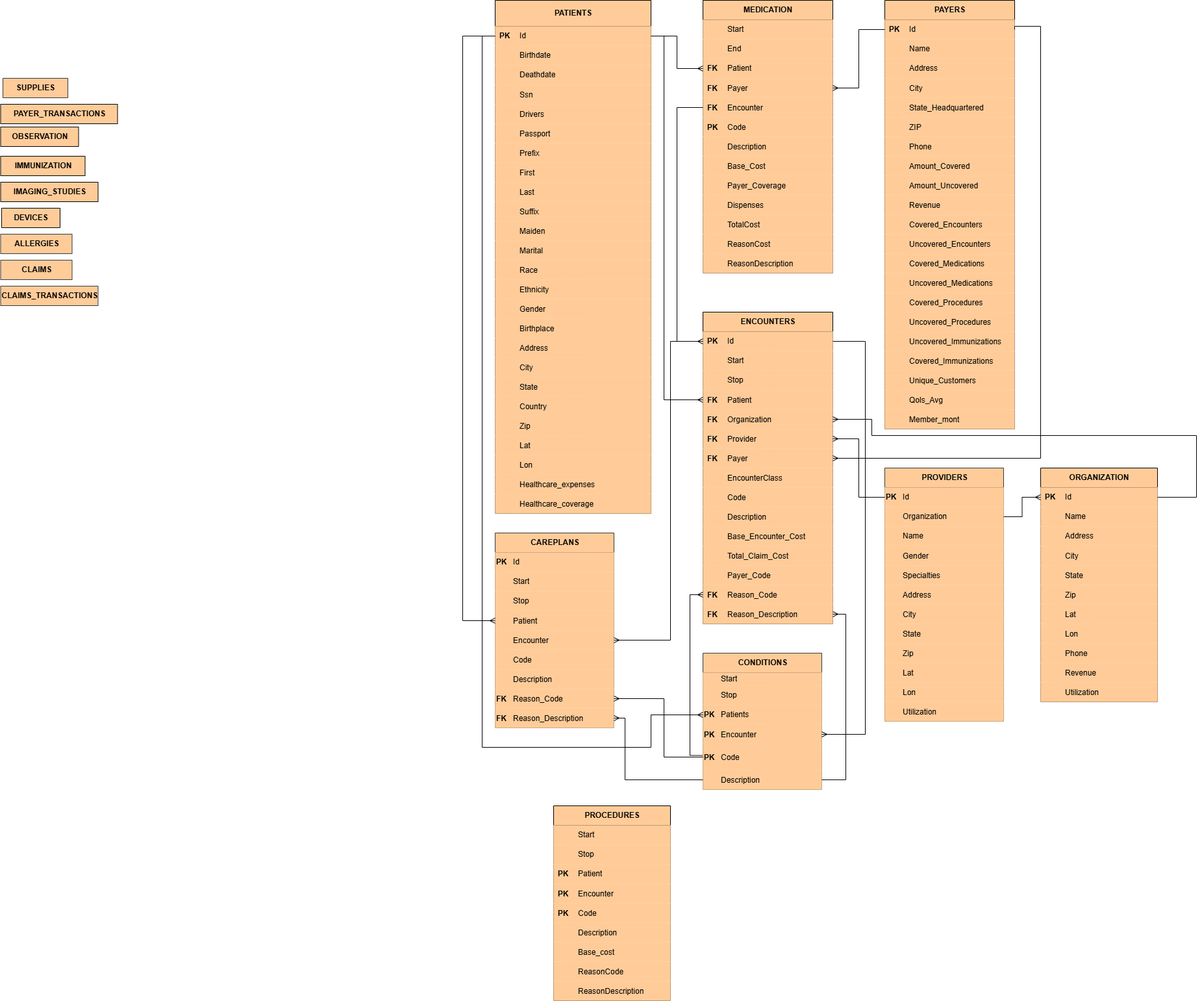
Before: BigDataProject.drawio.png, a diagram exported from draw.io (UtsuroNoArashi/BigDataProject). Source tidied: cells renumbered, new cells last; positions are measured from the earlier drawing's top-left corner, leaving out a move shared by most shapes.
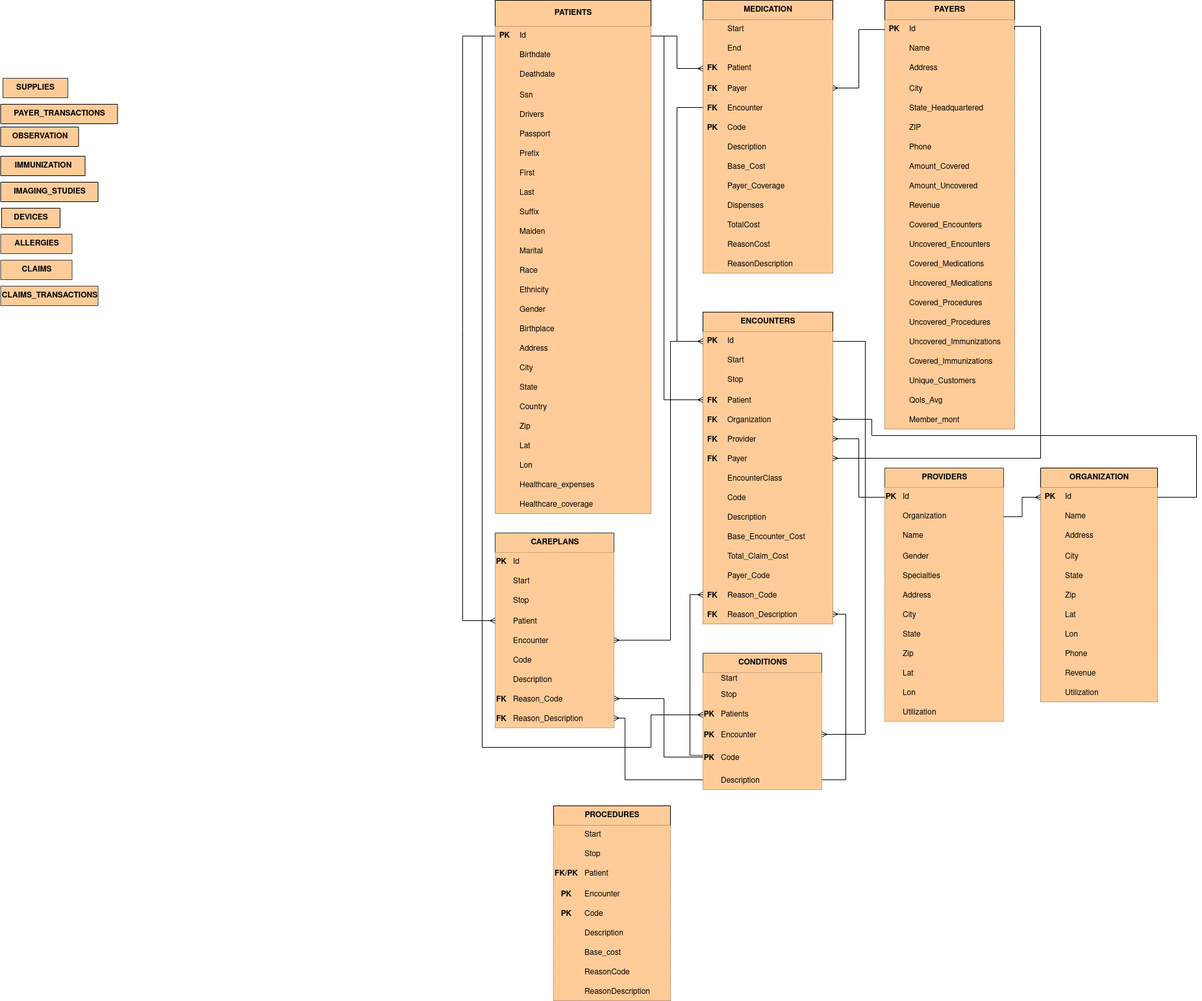
Later version of the same file.

The edit, as a diff of the source:
```diff
@@ -126,82 +126,82 @@
       <mxGeometry y="30" width="180" height="30" as="geometry" />
     </mxCell>
     <mxCell id="43" style="shape=partialRectangle;fillColor=light-dark(#FFCC99,#B98351);top=0;left=0;bottom=0;right=0;overflow=hidden;whiteSpace=wrap;html=1;strokeColor=default;fontColor=light-dark(#000000,#000000);" parent="42" vertex="1">
-      <mxGeometry width="30" height="30" as="geometry" />
+      <mxGeometry width="40" height="30" as="geometry" />
     </mxCell>
     <mxCell id="44" value="Start&lt;span style=&quot;white-space: pre;&quot;&gt;&#9;&lt;/span&gt;" style="shape=partialRectangle;fillColor=light-dark(#FFCC99,#B98351);top=0;left=0;bottom=0;right=0;align=left;spacingLeft=6;overflow=hidden;whiteSpace=wrap;html=1;strokeColor=default;fontColor=light-dark(#000000,#000000);" parent="42" vertex="1">
-      <mxGeometry x="30" width="150" height="30" as="geometry" />
+      <mxGeometry x="40" width="140" height="30" as="geometry" />
     </mxCell>
     <mxCell id="45" style="shape=tableRow;horizontal=0;startSize=0;swimlaneHead=0;swimlaneBody=0;fillColor=light-dark(#FFCC99,#B98351);top=0;left=0;right=0;bottom=0;strokeColor=default;fontColor=light-dark(#000000,#000000);" parent="41" vertex="1">
       <mxGeometry y="60" width="180" height="30" as="geometry" />
     </mxCell>
     <mxCell id="46" style="shape=partialRectangle;fillColor=light-dark(#FFCC99,#B98351);top=0;left=0;bottom=0;right=0;overflow=hidden;whiteSpace=wrap;html=1;strokeColor=default;fontColor=light-dark(#000000,#000000);" parent="45" vertex="1">
-      <mxGeometry width="30" height="30" as="geometry" />
+      <mxGeometry width="40" height="30" as="geometry" />
     </mxCell>
     <mxCell id="47" value="Stop" style="shape=partialRectangle;fillColor=light-dark(#FFCC99,#B98351);top=0;left=0;bottom=0;right=0;align=left;spacingLeft=6;overflow=hidden;whiteSpace=wrap;html=1;strokeColor=default;fontColor=light-dark(#000000,#000000);" parent="45" vertex="1">
-      <mxGeometry x="30" width="150" height="30" as="geometry" />
+      <mxGeometry x="40" width="140" height="30" as="geometry" />
     </mxCell>
     <mxCell id="48" style="shape=tableRow;horizontal=0;startSize=0;swimlaneHead=0;swimlaneBody=0;fillColor=light-dark(#FFCC99,#B98351);top=0;left=0;right=0;bottom=0;strokeColor=default;fontColor=light-dark(#000000,#000000);" parent="41" vertex="1">
       <mxGeometry y="90" width="180" height="30" as="geometry" />
     </mxCell>
-    <mxCell id="49" value="&lt;span style=&quot;font-weight: 700; text-wrap-mode: nowrap;&quot;&gt;PK&lt;/span&gt;" style="shape=partialRectangle;fillColor=light-dark(#FFCC99,#B98351);top=0;left=0;bottom=0;right=0;overflow=hidden;whiteSpace=wrap;html=1;strokeColor=default;fontColor=light-dark(#000000,#000000);" parent="48" vertex="1">
-      <mxGeometry width="30" height="30" as="geometry" />
+    <mxCell id="49" value="&lt;div&gt;&lt;b&gt;FK/PK&lt;/b&gt;&lt;/div&gt;" style="shape=partialRectangle;fillColor=light-dark(#FFCC99,#B98351);top=0;left=0;bottom=0;right=0;overflow=hidden;whiteSpace=wrap;html=1;strokeColor=default;fontColor=light-dark(#000000,#000000);" parent="48" vertex="1">
+      <mxGeometry width="40" height="30" as="geometry" />
     </mxCell>
     <mxCell id="50" value="Patient" style="shape=partialRectangle;fillColor=light-dark(#FFCC99,#B98351);top=0;left=0;bottom=0;right=0;align=left;spacingLeft=6;overflow=hidden;whiteSpace=wrap;html=1;strokeColor=default;fontColor=light-dark(#000000,#000000);" parent="48" vertex="1">
-      <mxGeometry x="30" width="150" height="30" as="geometry" />
+      <mxGeometry x="40" width="140" height="30" as="geometry" />
     </mxCell>
     <mxCell id="51" style="shape=tableRow;horizontal=0;startSize=0;swimlaneHead=0;swimlaneBody=0;fillColor=light-dark(#FFCC99,#B98351);top=0;left=0;right=0;bottom=0;strokeColor=default;fontColor=light-dark(#000000,#000000);" parent="41" vertex="1">
       <mxGeometry y="120" width="180" height="30" as="geometry" />
     </mxCell>
     <mxCell id="52" value="PK" style="shape=partialRectangle;fillColor=light-dark(#FFCC99,#B98351);top=0;left=0;bottom=0;right=0;overflow=hidden;strokeColor=default;fontColor=light-dark(#000000,#000000);fontStyle=1;" parent="51" vertex="1">
-      <mxGeometry width="30" height="30" as="geometry" />
+      <mxGeometry width="40" height="30" as="geometry" />
     </mxCell>
     <mxCell id="53" value="Encounter" style="shape=partialRectangle;fillColor=light-dark(#FFCC99,#B98351);top=0;left=0;bottom=0;right=0;align=left;spacingLeft=6;overflow=hidden;strokeColor=default;fontColor=light-dark(#000000,#000000);" parent="51" vertex="1">
-      <mxGeometry x="30" width="150" height="30" as="geometry" />
+      <mxGeometry x="40" width="140" height="30" as="geometry" />
     </mxCell>
     <mxCell id="54" style="shape=tableRow;horizontal=0;startSize=0;swimlaneHead=0;swimlaneBody=0;fillColor=light-dark(#FFCC99,#B98351);top=0;left=0;right=0;bottom=0;strokeColor=default;fontColor=light-dark(#000000,#000000);" parent="41" vertex="1">
       <mxGeometry y="150" width="180" height="30" as="geometry" />
     </mxCell>
     <mxCell id="55" value="PK" style="shape=partialRectangle;fillColor=light-dark(#FFCC99,#B98351);top=0;left=0;bottom=0;right=0;overflow=hidden;strokeColor=default;fontColor=light-dark(#000000,#000000);fontStyle=1;" parent="54" vertex="1">
-      <mxGeometry width="30" height="30" as="geometry" />
+      <mxGeometry width="40" height="30" as="geometry" />
     </mxCell>
     <mxCell id="56" value="Code" style="shape=partialRectangle;fillColor=light-dark(#FFCC99,#B98351);top=0;left=0;bottom=0;right=0;align=left;spacingLeft=6;overflow=hidden;strokeColor=default;fontColor=light-dark(#000000,#000000);" parent="54" vertex="1">
-      <mxGeometry x="30" width="150" height="30" as="geometry" />
+      <mxGeometry x="40" width="140" height="30" as="geometry" />
     </mxCell>
     <mxCell id="57" style="shape=tableRow;horizontal=0;startSize=0;swimlaneHead=0;swimlaneBody=0;fillColor=light-dark(#FFCC99,#B98351);top=0;left=0;right=0;bottom=0;strokeColor=default;fontColor=light-dark(#000000,#000000);" parent="41" vertex="1">
       <mxGeometry y="180" width="180" height="30" as="geometry" />
     </mxCell>
     <mxCell id="58" style="shape=partialRectangle;fillColor=light-dark(#FFCC99,#B98351);top=0;left=0;bottom=0;right=0;overflow=hidden;strokeColor=default;fontColor=light-dark(#000000,#000000);" parent="57" vertex="1">
-      <mxGeometry width="30" height="30" as="geometry" />
+      <mxGeometry width="40" height="30" as="geometry" />
     </mxCell>
     <mxCell id="59" value="Description" style="shape=partialRectangle;fillColor=light-dark(#FFCC99,#B98351);top=0;left=0;bottom=0;right=0;align=left;spacingLeft=6;overflow=hidden;strokeColor=default;fontColor=light-dark(#000000,#000000);" parent="57" vertex="1">
-      <mxGeometry x="30" width="150" height="30" as="geometry" />
+      <mxGeometry x="40" width="140" height="30" as="geometry" />
     </mxCell>
     <mxCell id="60" style="shape=tableRow;horizontal=0;startSize=0;swimlaneHead=0;swimlaneBody=0;fillColor=light-dark(#FFCC99,#B98351);top=0;left=0;right=0;bottom=0;strokeColor=default;fontColor=light-dark(#000000,#000000);" parent="41" vertex="1">
       <mxGeometry y="210" width="180" height="30" as="geometry" />
     </mxCell>
     <mxCell id="61" value="    " style="shape=partialRectangle;fillColor=light-dark(#FFCC99,#B98351);top=0;left=0;bottom=0;right=0;overflow=hidden;strokeColor=default;fontColor=light-dark(#000000,#000000);" parent="60" vertex="1">
-      <mxGeometry width="30" height="30" as="geometry" />
+      <mxGeometry width="40" height="30" as="geometry" />
     </mxCell>
     <mxCell id="62" value="Base_cost" style="shape=partialRectangle;fillColor=light-dark(#FFCC99,#B98351);top=0;left=0;bottom=0;right=0;align=left;spacingLeft=6;overflow=hidden;strokeColor=default;fontColor=light-dark(#000000,#000000);" parent="60" vertex="1">
-      <mxGeometry x="30" width="150" height="30" as="geometry" />
+      <mxGeometry x="40" width="140" height="30" as="geometry" />
     </mxCell>
     <mxCell id="63" style="shape=tableRow;horizontal=0;startSize=0;swimlaneHead=0;swimlaneBody=0;fillColor=light-dark(#FFCC99,#B98351);top=0;left=0;right=0;bottom=0;strokeColor=default;fontColor=light-dark(#000000,#000000);" parent="41" vertex="1">
       <mxGeometry y="240" width="180" height="30" as="geometry" />
     </mxCell>
     <mxCell id="64" value="    " style="shape=partialRectangle;fillColor=light-dark(#FFCC99,#B98351);top=0;left=0;bottom=0;right=0;overflow=hidden;strokeColor=default;fontColor=light-dark(#000000,#000000);" parent="63" vertex="1">
-      <mxGeometry width="30" height="30" as="geometry" />
+      <mxGeometry width="40" height="30" as="geometry" />
     </mxCell>
     <mxCell id="65" value="ReasonCode" style="shape=partialRectangle;fillColor=light-dark(#FFCC99,#B98351);top=0;left=0;bottom=0;right=0;align=left;spacingLeft=6;overflow=hidden;strokeColor=default;fontColor=light-dark(#000000,#000000);" parent="63" vertex="1">
-      <mxGeometry x="30" width="150" height="30" as="geometry" />
+      <mxGeometry x="40" width="140" height="30" as="geometry" />
     </mxCell>
     <mxCell id="66" style="shape=tableRow;horizontal=0;startSize=0;swimlaneHead=0;swimlaneBody=0;fillColor=light-dark(#FFCC99,#B98351);top=0;left=0;right=0;bottom=0;strokeColor=default;fontColor=light-dark(#000000,#000000);" parent="41" vertex="1">
       <mxGeometry y="270" width="180" height="30" as="geometry" />
     </mxCell>
     <mxCell id="67" value="    " style="shape=partialRectangle;fillColor=light-dark(#FFCC99,#B98351);top=0;left=0;bottom=0;right=0;overflow=hidden;strokeColor=default;fontColor=light-dark(#000000,#000000);" parent="66" vertex="1">
-      <mxGeometry width="30" height="30" as="geometry" />
+      <mxGeometry width="40" height="30" as="geometry" />
     </mxCell>
     <mxCell id="68" value="ReasonDescription" style="shape=partialRectangle;fillColor=light-dark(#FFCC99,#B98351);top=0;left=0;bottom=0;right=0;align=left;spacingLeft=6;overflow=hidden;strokeColor=default;fontColor=light-dark(#000000,#000000);" parent="66" vertex="1">
-      <mxGeometry x="30" width="150" height="30" as="geometry" />
+      <mxGeometry x="40" width="140" height="30" as="geometry" />
     </mxCell>
     <mxCell id="69" value="CAREPLANS" style="shape=table;startSize=30;rowLines=0;fontStyle=1;align=center;html=1;fillColor=light-dark(#FFCC99,#B98351);strokeColor=light-dark(#36393D,#DDE2E4);fontColor=light-dark(#000000,#000000);" parent="1" vertex="1">
       <mxGeometry x="762" y="820" width="183" height="300" as="geometry" />
```
